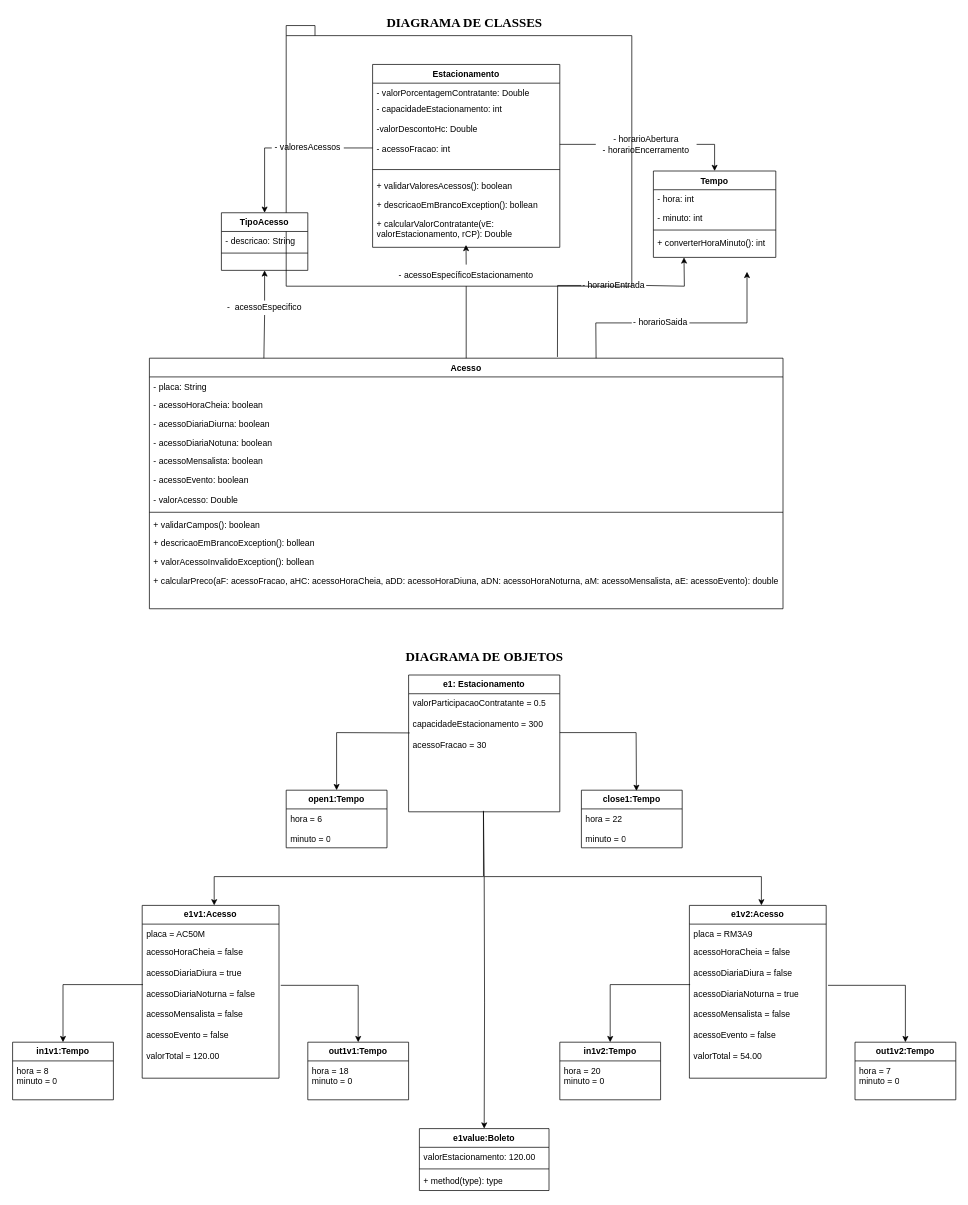
rodwendrel/orientacao-objetos keeps this draw.io diagram as diagramas/diagrama-classes.drawio. Above is the earlier version. Source tidied: cells renumbered, new cells numbered last; positions are measured from the earlier drawing's top-left corner, leaving out a move shared by most shapes. Both pictures are drawn from the tidied source at 72%, with x=0, y=0 at pixel (12, 12).
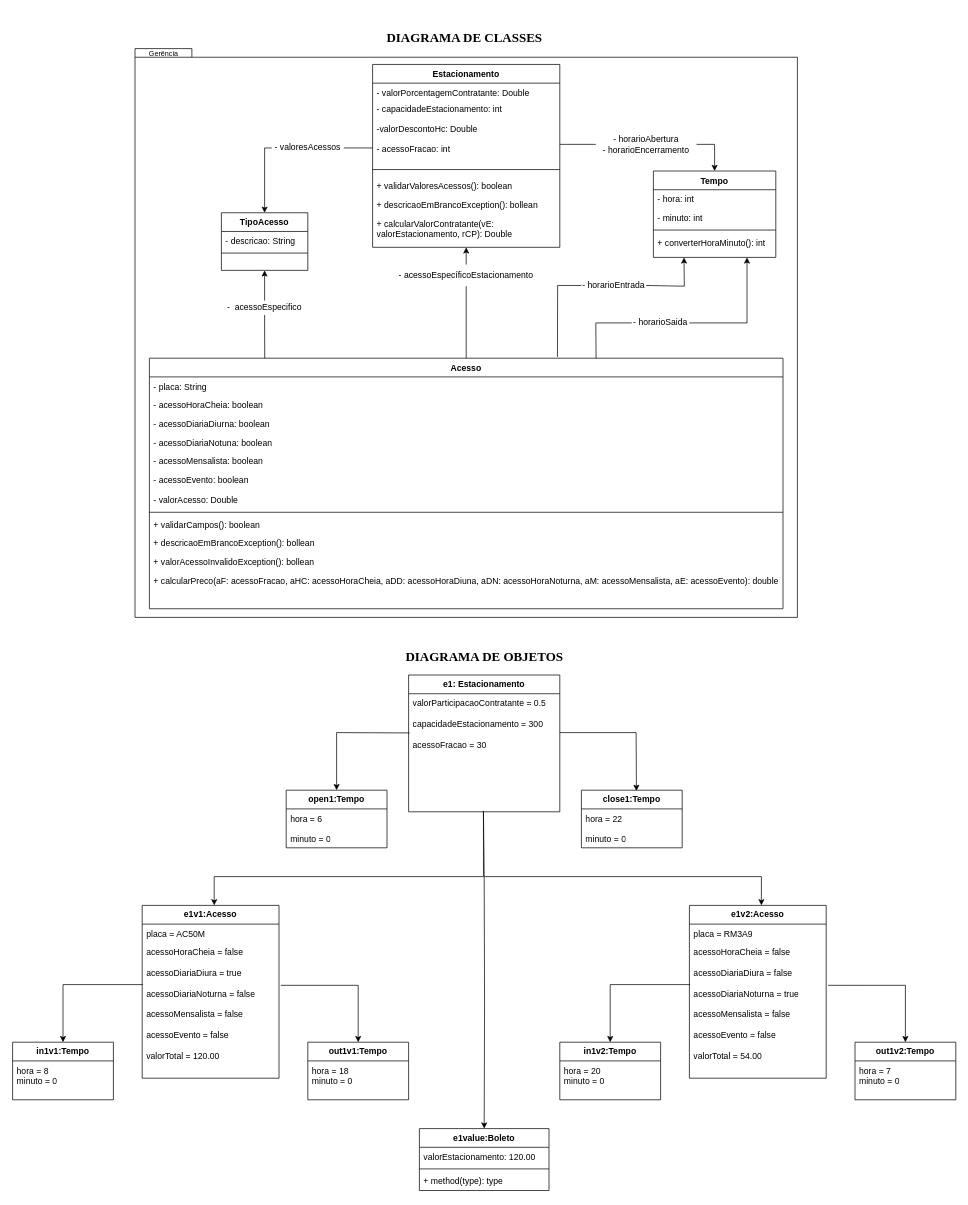
The same diagram, later.

Unchanged cells that the change refers to:
```xml
<mxCell id="37" value="Estacionamento" style="swimlane;fontStyle=1;align=center;verticalAlign=top;horizontal=1;startSize=26;rounded=0;shadow=0;strokeWidth=1;" parent="1" vertex="1">
  <mxGeometry x="500" y="72" width="260" height="254" as="geometry" />
</mxCell>
<mxCell id="43" value="&lt;div style=&quot;border-color: var(--border-color); padding: 0px; margin: 0px;&quot;&gt;+ calcularValorContratante(vE: valorEstacionamento, rCP): Double&lt;br style=&quot;border-color: var(--border-color); padding: 0px; margin: 0px;&quot;&gt;&lt;/div&gt;" style="text;strokeColor=none;fillColor=none;align=left;verticalAlign=top;spacingLeft=4;spacingRight=4;overflow=hidden;points=[[0,0.5],[1,0.5]];portConstraint=eastwest;whiteSpace=wrap;html=1;" parent="37" vertex="1">
  <mxGeometry y="208" width="260" height="42" as="geometry" />
</mxCell>
<mxCell id="44" value="Acesso" style="swimlane;fontStyle=1;align=center;verticalAlign=top;horizontal=1;startSize=26;rounded=0;shadow=0;strokeWidth=1;" parent="1" vertex="1">
  <mxGeometry x="190" y="480" width="880" height="348" as="geometry" />
</mxCell>
<mxCell id="65" value="- acessoEspecíficoEstacionamento" style="text;html=1;strokeColor=none;fillColor=none;align=center;verticalAlign=middle;whiteSpace=wrap;rounded=0;" parent="1" vertex="1">
  <mxGeometry x="530" y="350" width="200" height="30" as="geometry" />
</mxCell>
<mxCell id="66" value="-&amp;nbsp; acessoEspecifico" style="text;html=1;strokeColor=none;fillColor=none;align=center;verticalAlign=middle;whiteSpace=wrap;rounded=0;" parent="1" vertex="1">
  <mxGeometry x="295" y="400" width="110" height="20" as="geometry" />
</mxCell>
<mxCell id="78" value="- horarioSaida" style="text;html=1;strokeColor=none;fillColor=none;align=center;verticalAlign=middle;whiteSpace=wrap;rounded=0;" parent="1" vertex="1">
  <mxGeometry x="860" y="416" width="80" height="30" as="geometry" />
</mxCell>
```

Change to the diagram source:
```diff
@@
-    <mxCell id="36" value="&lt;br/&gt;" style="shape=folder;fontStyle=1;spacingTop=10;tabWidth=40;tabHeight=14;tabPosition=left;html=1;whiteSpace=wrap;" parent="1" vertex="1">
-      <mxGeometry x="380" y="18" width="480" height="362" as="geometry" />
+    <mxCell id="36" value="&lt;br/&gt;" style="shape=folder;fontStyle=1;spacingTop=10;tabWidth=55;tabHeight=12;tabPosition=left;html=1;whiteSpace=wrap;" parent="1" vertex="1">
+      <mxGeometry x="170" y="50" width="920" height="790" as="geometry" />
     </mxCell>
@@
-    <mxCell id="68" style="endArrow=classic;html=1;rounded=0;exitX=0.5;exitY=0;exitDx=0;exitDy=0;entryX=0.499;entryY=1.016;entryDx=0;entryDy=0;entryPerimeter=0;" parent="1" edge="1" source="65" target="43">
+    <mxCell id="68" style="endArrow=classic;html=1;rounded=0;exitX=0.5;exitY=0;exitDx=0;exitDy=0;entryX=0.5;entryY=1;entryDx=0;entryDy=0;" parent="1" edge="1" source="65" target="37">
       <mxGeometry relative="1" as="geometry">
         <Array as="points">
           <mxPoint x="630" y="350" />
         </Array>
       </mxGeometry>
     </mxCell>
-    <mxCell id="69" style="endArrow=none;html=1;rounded=0;entryX=0.5;entryY=1;entryDx=0;entryDy=0;" parent="1" edge="1" target="66">
-      <mxGeometry relative="1" as="geometry">
-        <mxPoint x="349" y="480" as="sourcePoint" />
-      </mxGeometry>
+    <mxCell id="69" style="endArrow=none;html=1;rounded=0;entryX=0.5;entryY=1;entryDx=0;entryDy=0;exitX=0.182;exitY=0;exitDx=0;exitDy=0;exitPerimeter=0;" parent="1" edge="1" source="44" target="66">
+      <mxGeometry relative="1" as="geometry" />
     </mxCell>
@@
     <mxCell id="76" style="endArrow=classic;html=1;rounded=0;exitX=1;exitY=0.5;exitDx=0;exitDy=0;" parent="1" edge="1" source="78">
       <mxGeometry relative="1" as="geometry">
-        <mxPoint x="1020" y="360" as="targetPoint" />
+        <mxPoint x="1020" y="340" as="targetPoint" />
         <Array as="points">
           <mxPoint x="1020" y="431" />
           <mxPoint x="1020" y="370" />
         </Array>
       </mxGeometry>
     </mxCell>
@@
     <mxCell id="82" value="&lt;b&gt;&lt;font face=&quot;Times New Roman&quot; style=&quot;font-size: 18px;&quot;&gt;DIAGRAMA DE CLASSES&amp;nbsp;&lt;/font&gt;&lt;/b&gt;" style="text;strokeColor=none;align=center;fillColor=none;html=1;verticalAlign=middle;whiteSpace=wrap;rounded=0;" parent="1" vertex="1">
-      <mxGeometry x="470" width="320" height="30" as="geometry" />
+      <mxGeometry x="470" y="20" width="320" height="30" as="geometry" />
     </mxCell>
@@
+    <mxCell id="84" value="Gerência" style="text;html=1;strokeColor=none;fillColor=none;align=center;verticalAlign=middle;whiteSpace=wrap;rounded=0;fontSize=10;" parent="1" vertex="1">
+      <mxGeometry x="190" y="42" width="40" height="30" as="geometry" />
+    </mxCell>
```
